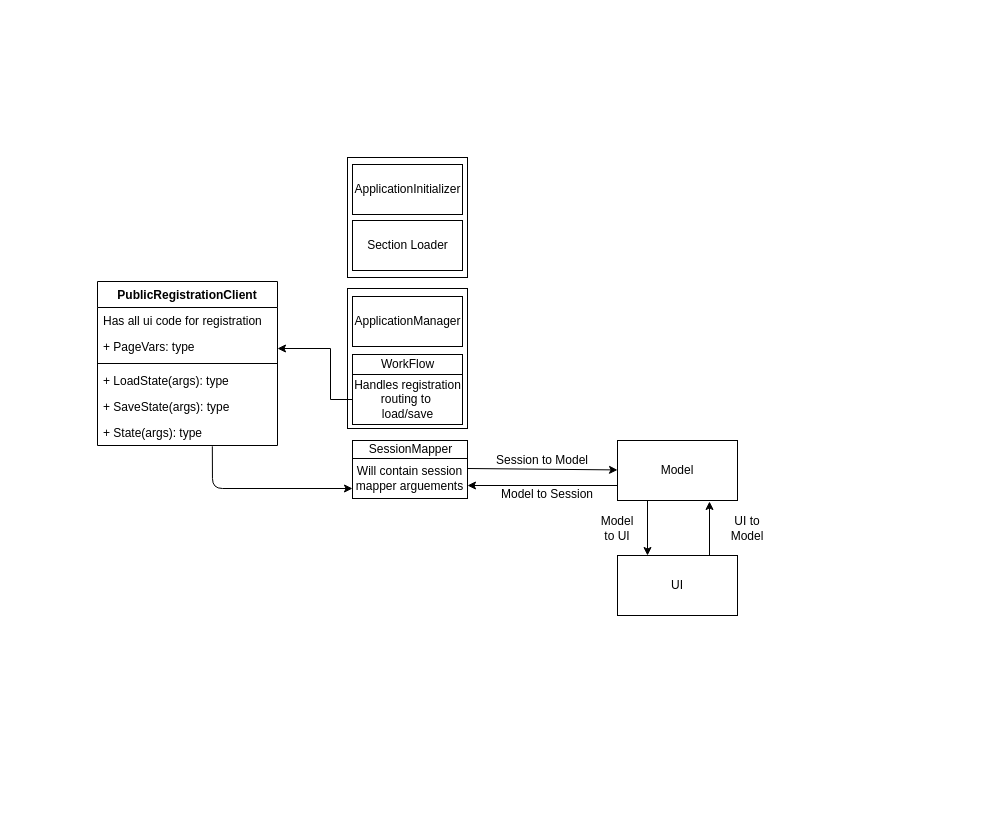
This is PublicRegistrationClassDiagram.drawio from shelbyharris/Registration, a draw.io file, before an edit. Source tidied: cells renumbered, new cells numbered last; positions are measured from the earlier drawing's top-left corner, leaving out a move shared by most shapes. Both pictures are drawn from the tidied source at 100%, with x=0, y=0 at pixel (97, 157).
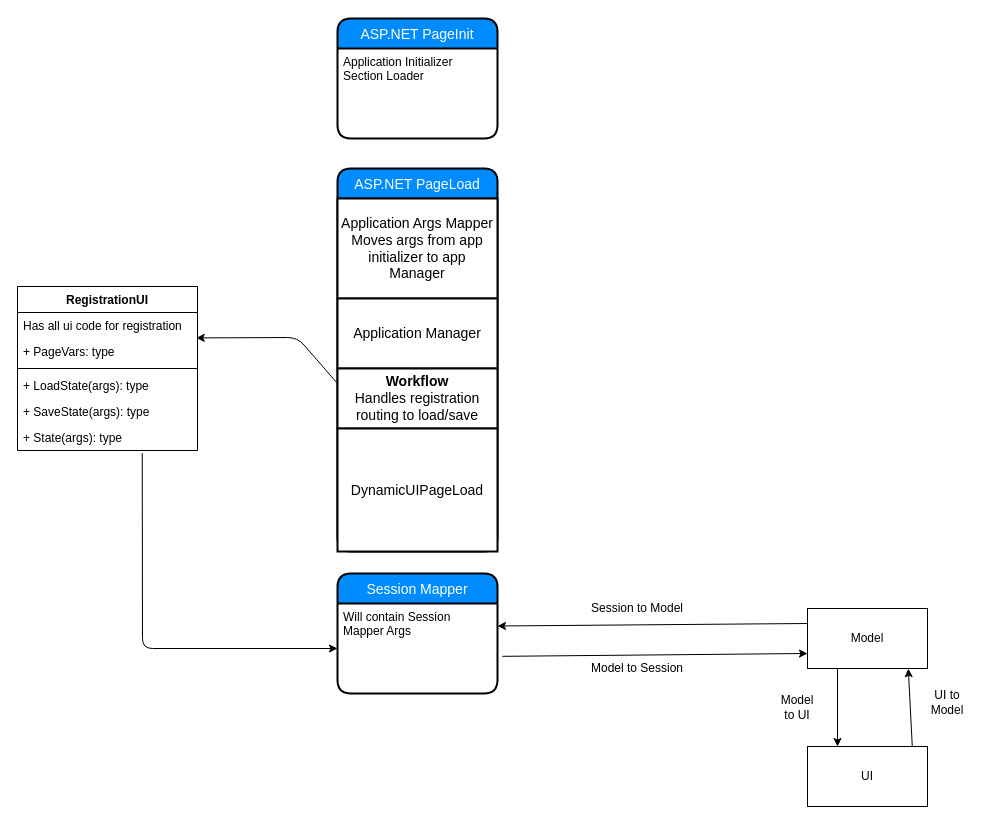
After the change.

The change refers to these unchanged cells:
```xml
<mxCell id="5" value="Has all ui code for registration" style="text;strokeColor=none;fillColor=none;align=left;verticalAlign=top;spacingLeft=4;spacingRight=4;overflow=hidden;points=[[0,0.5],[1,0.5]];portConstraint=eastwest;" parent="4" vertex="1">
  <mxGeometry y="26" width="180" height="26" as="geometry" />
</mxCell>
<mxCell id="10" value="+ State(args): type" style="text;strokeColor=none;fillColor=none;align=left;verticalAlign=top;spacingLeft=4;spacingRight=4;overflow=hidden;points=[[0,0.5],[1,0.5]];portConstraint=eastwest;" parent="4" vertex="1">
  <mxGeometry y="138" width="180" height="26" as="geometry" />
</mxCell>
```

Change to the diagram source:
```diff
@@
-    <mxCell id="2" style="whiteSpace=wrap;html=1;" parent="1" vertex="1">
-      <mxGeometry x="250" width="120" height="120" as="geometry" />
-    </mxCell>
-    <mxCell id="3" style="rounded=0;whiteSpace=wrap;html=1;" parent="1" vertex="1">
-      <mxGeometry x="250" y="131" width="120" height="140" as="geometry" />
-    </mxCell>
-    <mxCell id="4" value="PublicRegistrationClient" style="swimlane;fontStyle=1;align=center;verticalAlign=top;horizontal=1;startSize=26;" parent="1" vertex="1">
-      <mxGeometry y="124" width="180" height="164" as="geometry" />
+    <mxCell id="4" value="RegistrationUI" style="swimlane;fontStyle=1;align=center;verticalAlign=top;horizontal=1;startSize=26;" parent="1" vertex="1">
+      <mxGeometry x="-80" y="129" width="180" height="164" as="geometry" />
     </mxCell>
@@
-    <mxCell id="11" value="SessionMapper" style="html=1;" parent="1" vertex="1">
-      <mxGeometry x="255" y="283" width="115" height="18" as="geometry" />
-    </mxCell>
-    <mxCell id="12" value="WorkFlow" style="html=1;" parent="1" vertex="1">
-      <mxGeometry x="255" y="197" width="110" height="20" as="geometry" />
-    </mxCell>
-    <mxCell id="13" value="ApplicationInitializer" style="html=1;" parent="1" vertex="1">
-      <mxGeometry x="255" y="7" width="110" height="50" as="geometry" />
-    </mxCell>
-    <mxCell id="14" value="ApplicationManager" style="html=1;" parent="1" vertex="1">
-      <mxGeometry x="255" y="139" width="110" height="50" as="geometry" />
-    </mxCell>
-    <mxCell id="15" style="edgeStyle=orthogonalEdgeStyle;rounded=0;jettySize=auto;html=1;" parent="1" edge="1" source="16" target="4">
-      <mxGeometry relative="1" as="geometry">
-        <Array as="points">
-          <mxPoint x="233" y="242" />
-          <mxPoint x="233" y="191" />
-        </Array>
-      </mxGeometry>
-    </mxCell>
-    <mxCell id="16" value="Handles registration&lt;br&gt;routing to&amp;nbsp;&lt;br&gt;load/save" style="html=1;" parent="1" vertex="1">
-      <mxGeometry x="255" y="217" width="110" height="50" as="geometry" />
-    </mxCell>
-    <mxCell id="17" value="Section Loader" style="html=1;" parent="1" vertex="1">
-      <mxGeometry x="255" y="63" width="110" height="50" as="geometry" />
-    </mxCell>
-    <mxCell id="18" value="Will contain session mapper arguements" style="rounded=0;whiteSpace=wrap;html=1;" parent="1" vertex="1">
-      <mxGeometry x="255" y="301" width="115" height="40" as="geometry" />
-    </mxCell>
     <mxCell id="19" value="Model" style="rounded=0;whiteSpace=wrap;html=1;" parent="1" vertex="1">
-      <mxGeometry x="520" y="283" width="120" height="60" as="geometry" />
+      <mxGeometry x="710" y="451" width="120" height="60" as="geometry" />
     </mxCell>
     <mxCell id="20" value="UI" style="rounded=0;whiteSpace=wrap;html=1;" parent="1" vertex="1">
-      <mxGeometry x="520" y="398" width="120" height="60" as="geometry" />
+      <mxGeometry x="710" y="589" width="120" height="60" as="geometry" />
     </mxCell>
-    <mxCell id="21" style="endArrow=classic;html=1;exitX=1;exitY=0.25;exitDx=0;exitDy=0;" parent="1" edge="1" source="18" target="19">
+    <mxCell id="21" style="endArrow=classic;html=1;exitX=1.03;exitY=0.587;exitDx=0;exitDy=0;exitPerimeter=0;entryX=0;entryY=0.75;entryDx=0;entryDy=0;" parent="1" edge="1" source="39" target="19">
       <mxGeometry relative="1" as="geometry" />
     </mxCell>
     <mxCell id="22" value="Session to Model" style="text;html=1;strokeColor=none;fillColor=none;align=center;verticalAlign=middle;whiteSpace=wrap;rounded=0;" parent="1" vertex="1">
-      <mxGeometry x="390" y="293" width="110" height="20" as="geometry" />
+      <mxGeometry x="485" y="441" width="110" height="20" as="geometry" />
     </mxCell>
-    <mxCell id="23" style="endArrow=classic;html=1;exitX=0;exitY=0.75;exitDx=0;exitDy=0;" parent="1" edge="1" source="19">
-      <mxGeometry relative="1" as="geometry">
-        <mxPoint x="370" y="328" as="targetPoint" />
-      </mxGeometry>
+    <mxCell id="23" style="endArrow=classic;html=1;exitX=0;exitY=0.25;exitDx=0;exitDy=0;entryX=1;entryY=0.25;entryDx=0;entryDy=0;" parent="1" edge="1" source="19" target="39">
+      <mxGeometry relative="1" as="geometry" />
     </mxCell>
     <mxCell id="24" value="Model to Session" style="text;html=1;strokeColor=none;fillColor=none;align=center;verticalAlign=middle;whiteSpace=wrap;rounded=0;" parent="1" vertex="1">
-      <mxGeometry x="395" y="327" width="110" height="20" as="geometry" />
+      <mxGeometry x="485" y="501" width="110" height="20" as="geometry" />
     </mxCell>
@@
-    <mxCell id="26" style="endArrow=classic;html=1;entryX=0.85;entryY=1.017;entryDx=0;entryDy=0;entryPerimeter=0;" parent="1" edge="1">
-      <mxGeometry relative="1" as="geometry">
-        <mxPoint x="612" y="398" as="sourcePoint" />
-        <mxPoint x="612" y="344" as="targetPoint" />
-      </mxGeometry>
+    <mxCell id="26" style="endArrow=classic;html=1;entryX=0.84;entryY=1.003;entryDx=0;entryDy=0;entryPerimeter=0;exitX=0.873;exitY=-0.01;exitDx=0;exitDy=0;exitPerimeter=0;" parent="1" edge="1" source="20" target="19">
+      <mxGeometry relative="1" as="geometry" />
     </mxCell>
     <mxCell id="27" value="Model to UI" style="text;html=1;strokeColor=none;fillColor=none;align=center;verticalAlign=middle;whiteSpace=wrap;rounded=0;" parent="1" vertex="1">
-      <mxGeometry x="500" y="351" width="40" height="40" as="geometry" />
+      <mxGeometry x="680" y="530" width="40" height="40" as="geometry" />
     </mxCell>
     <mxCell id="28" value="UI to Model" style="text;html=1;strokeColor=none;fillColor=none;align=center;verticalAlign=middle;whiteSpace=wrap;rounded=0;" parent="1" vertex="1">
-      <mxGeometry x="630" y="350" width="40" height="41" as="geometry" />
+      <mxGeometry x="830" y="524.5" width="40" height="41" as="geometry" />
     </mxCell>
-    <mxCell id="29" style="endArrow=classic;html=1;exitX=0.638;exitY=1.031;exitDx=0;exitDy=0;exitPerimeter=0;entryX=0;entryY=0.75;entryDx=0;entryDy=0;" parent="1" edge="1" source="10" target="18">
-      <mxGeometry relative="1" as="geometry">
-        <Array as="points">
-          <mxPoint x="115" y="331" />
-        </Array>
-      </mxGeometry>
-    </mxCell>
+    <mxCell id="30" value="ASP.NET PageInit" style="swimlane;horizontal=1;startSize=30;fillColor=#008cff;fontColor=#FFFFFF;rounded=1;fontSize=14;fontStyle=0;strokeWidth=2;shadow=0;dashed=0;align=center;" parent="1" vertex="1">
+      <mxGeometry x="240" y="-139" width="160" height="120" as="geometry" />
+    </mxCell>
+    <mxCell id="31" value="Application Initializer&#10;Section Loader" style="align=left;strokeColor=none;fillColor=none;spacingLeft=4;fontSize=12;verticalAlign=top;" parent="30" vertex="1">
+      <mxGeometry y="30" width="160" height="90" as="geometry" />
+    </mxCell>
+    <mxCell id="32" value="ASP.NET PageLoad" style="swimlane;horizontal=1;startSize=30;fillColor=#008cff;fontColor=#FFFFFF;rounded=1;fontSize=14;fontStyle=0;strokeWidth=2;shadow=0;dashed=0;align=center;" parent="1" vertex="1">
+      <mxGeometry x="240" y="11" width="160" height="383" as="geometry" />
+    </mxCell>
+    <mxCell id="33" value="Application Args Mapper&lt;br&gt;Moves args from app&lt;br&gt;initializer to app&lt;br&gt;Manager" style="strokeWidth=2;whiteSpace=wrap;html=1;align=center;fontSize=14;" parent="32" vertex="1">
+      <mxGeometry y="30" width="160" height="100" as="geometry" />
+    </mxCell>
+    <mxCell id="34" value="Application Manager" style="strokeWidth=2;whiteSpace=wrap;html=1;align=center;fontSize=14;" parent="32" vertex="1">
+      <mxGeometry y="130" width="160" height="70" as="geometry" />
+    </mxCell>
+    <mxCell id="35" value="&lt;b&gt;Workflow&lt;/b&gt;&lt;br&gt;Handles registration routing to load/save" style="strokeWidth=2;whiteSpace=wrap;html=1;align=center;fontSize=14;" parent="32" vertex="1">
+      <mxGeometry y="200" width="160" height="60" as="geometry" />
+    </mxCell>
+    <mxCell id="36" value="DynamicUIPageLoad" style="strokeWidth=2;whiteSpace=wrap;html=1;align=center;fontSize=14;" parent="32" vertex="1">
+      <mxGeometry y="260" width="160" height="123" as="geometry" />
+    </mxCell>
+    <mxCell id="37" style="endArrow=classic;html=1;exitX=0;exitY=0.25;exitDx=0;exitDy=0;entryX=0.993;entryY=0.977;entryDx=0;entryDy=0;entryPerimeter=0;" parent="1" edge="1" source="35" target="5">
+      <mxGeometry relative="1" as="geometry">
+        <Array as="points">
+          <mxPoint x="200" y="180" />
+        </Array>
+      </mxGeometry>
+    </mxCell>
+    <mxCell id="38" value="Session Mapper" style="swimlane;horizontal=1;startSize=30;fillColor=#008cff;fontColor=#FFFFFF;rounded=1;fontSize=14;fontStyle=0;strokeWidth=2;shadow=0;dashed=0;align=center;" parent="1" vertex="1">
+      <mxGeometry x="240" y="416" width="160" height="120" as="geometry" />
+    </mxCell>
+    <mxCell id="39" value="Will contain Session &#10;Mapper Args" style="align=left;strokeColor=none;fillColor=none;spacingLeft=4;fontSize=12;verticalAlign=top;" parent="38" vertex="1">
+      <mxGeometry y="30" width="160" height="90" as="geometry" />
+    </mxCell>
+    <mxCell id="40" style="endArrow=classic;html=1;exitX=0.693;exitY=1.1;exitDx=0;exitDy=0;exitPerimeter=0;entryX=0;entryY=0.5;entryDx=0;entryDy=0;" parent="1" edge="1" source="10" target="39">
+      <mxGeometry relative="1" as="geometry">
+        <Array as="points">
+          <mxPoint x="45" y="491" />
+        </Array>
+      </mxGeometry>
+    </mxCell>
```
